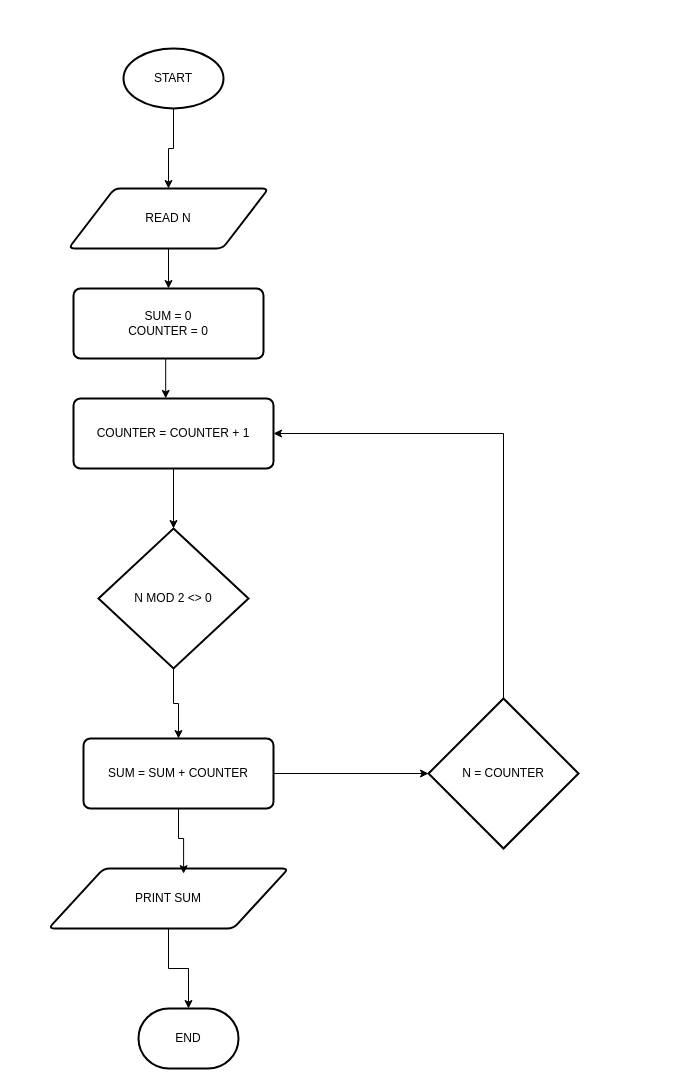
YOUSSEF5658/-Algorithms-Problem-Solving-Level-1 keeps this draw.io diagram as Problem 29.drawio. Above is the earlier version. Source tidied: cells renumbered, new cells numbered last; positions are measured from the earlier drawing's top-left corner, leaving out a move shared by most shapes. Both pictures are drawn from the tidied source at 100%, with x=0, y=0 at pixel (48, 48).
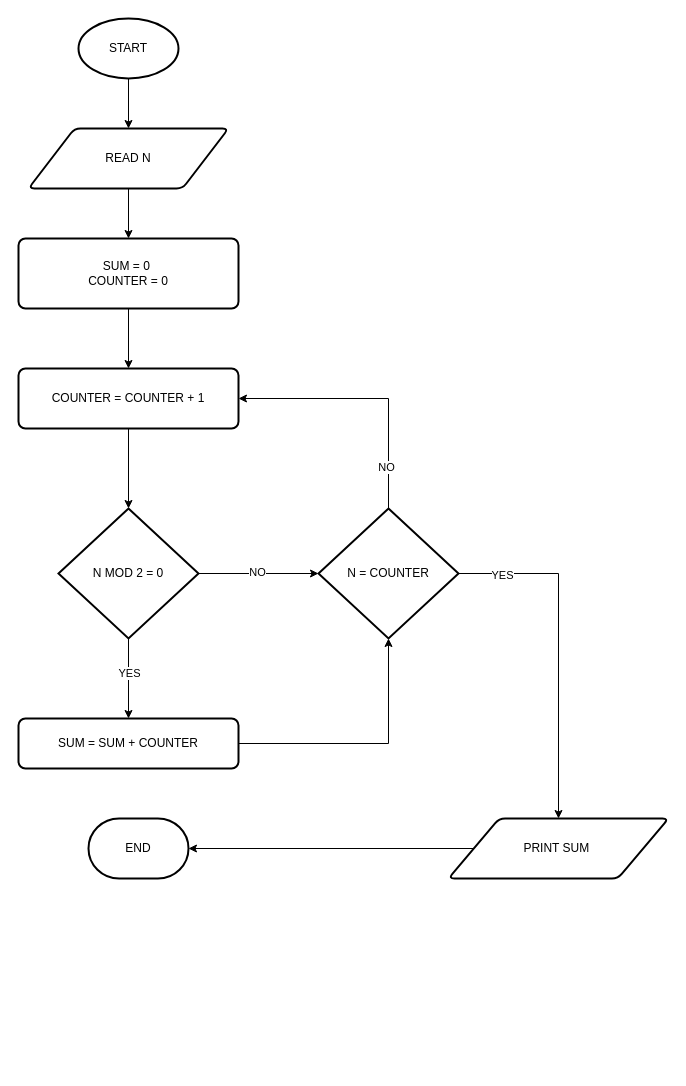
Above is the later version.

Commit message:
Problem #29 - Print Sum Even Numbers from 1 to N

The change refers to these unchanged cells:
```xml
<mxCell id="13" style="edgeStyle=orthogonalEdgeStyle;rounded=0;jettySize=auto;html=1;exitX=0.5;exitY=0;exitDx=0;exitDy=0;exitPerimeter=0;entryX=1;entryY=0.5;entryDx=0;entryDy=0;" parent="1" edge="1" source="14" target="7">
  <mxGeometry relative="1" as="geometry" />
</mxCell>
```

Change to the diagram source:
```diff
@@
     <mxCell id="3" value="START" style="strokeWidth=2;html=1;shape=mxgraph.flowchart.start_1;whiteSpace=wrap;" parent="1" vertex="1">
-      <mxGeometry x="75" width="100" height="60" as="geometry" />
+      <mxGeometry x="30" y="-30" width="100" height="60" as="geometry" />
     </mxCell>
-    <mxCell id="4" style="edgeStyle=orthogonalEdgeStyle;rounded=0;jettySize=auto;html=1;exitX=0.5;exitY=1;exitDx=0;exitDy=0;" parent="1" edge="1" source="5" target="6">
+    <mxCell id="4" style="edgeStyle=orthogonalEdgeStyle;rounded=0;jettySize=auto;html=1;exitX=0.5;exitY=1;exitDx=0;exitDy=0;entryX=0.5;entryY=0;entryDx=0;entryDy=0;" parent="1" edge="1" source="5" target="6">
       <mxGeometry relative="1" as="geometry" />
     </mxCell>
     <mxCell id="5" value="READ N" style="shape=parallelogram;html=1;strokeWidth=2;perimeter=parallelogramPerimeter;whiteSpace=wrap;rounded=1;arcSize=12;size=0.23;" parent="1" vertex="1">
-      <mxGeometry x="20" y="140" width="200" height="60" as="geometry" />
+      <mxGeometry x="-20" y="80" width="200" height="60" as="geometry" />
     </mxCell>
+    <mxCell id="10" style="edgeStyle=orthogonalEdgeStyle;rounded=0;jettySize=auto;html=1;exitX=0.5;exitY=1;exitDx=0;exitDy=0;" parent="1" edge="1" source="6" target="7">
+      <mxGeometry relative="1" as="geometry" />
+    </mxCell>
-    <mxCell id="6" value="SUM = 0&lt;div&gt;COUNTER = 0&lt;/div&gt;" style="rounded=1;whiteSpace=wrap;html=1;absoluteArcSize=1;arcSize=14;strokeWidth=2;" parent="1" vertex="1">
-      <mxGeometry x="25" y="240" width="190" height="70" as="geometry" />
+    <mxCell id="6" value="SUM = 0&amp;nbsp;&lt;div&gt;COUNTER = 0&lt;/div&gt;" style="rounded=1;whiteSpace=wrap;html=1;absoluteArcSize=1;arcSize=14;strokeWidth=2;" parent="1" vertex="1">
+      <mxGeometry x="-30" y="190" width="220" height="70" as="geometry" />
     </mxCell>
     <mxCell id="7" value="COUNTER = COUNTER + 1" style="rounded=1;whiteSpace=wrap;html=1;absoluteArcSize=1;arcSize=14;strokeWidth=2;" parent="1" vertex="1">
-      <mxGeometry x="25" y="350" width="200" height="70" as="geometry" />
+      <mxGeometry x="-30" y="320" width="220" height="60" as="geometry" />
     </mxCell>
-    <mxCell id="8" style="edgeStyle=orthogonalEdgeStyle;rounded=0;jettySize=auto;html=1;exitX=0.5;exitY=1;exitDx=0;exitDy=0;exitPerimeter=0;entryX=0.5;entryY=0;entryDx=0;entryDy=0;" parent="1" edge="1" source="9" target="12">
-      <mxGeometry relative="1" as="geometry" />
-    </mxCell>
-    <mxCell id="9" value="N MOD 2 &amp;lt;&amp;gt; 0" style="strokeWidth=2;html=1;shape=mxgraph.flowchart.decision;whiteSpace=wrap;" parent="1" vertex="1">
-      <mxGeometry x="50" y="480" width="150" height="140" as="geometry" />
-    </mxCell>
-    <mxCell id="10" style="edgeStyle=orthogonalEdgeStyle;rounded=0;jettySize=auto;html=1;exitX=0.5;exitY=1;exitDx=0;exitDy=0;entryX=0.461;entryY=-0.002;entryDx=0;entryDy=0;entryPerimeter=0;" parent="1" edge="1" source="6" target="7">
-      <mxGeometry relative="1" as="geometry" />
-    </mxCell>
-    <mxCell id="11" style="edgeStyle=orthogonalEdgeStyle;rounded=0;jettySize=auto;html=1;exitX=0.5;exitY=1;exitDx=0;exitDy=0;entryX=0.5;entryY=0;entryDx=0;entryDy=0;entryPerimeter=0;" parent="1" edge="1" source="7" target="9">
-      <mxGeometry relative="1" as="geometry" />
-    </mxCell>
+    <mxCell id="20" style="edgeStyle=orthogonalEdgeStyle;rounded=0;jettySize=auto;html=1;exitX=0.5;exitY=1;exitDx=0;exitDy=0;exitPerimeter=0;" parent="1" edge="1" source="22" target="12">
+      <mxGeometry relative="1" as="geometry" />
+    </mxCell>
+    <mxCell id="21" value="YES" style="edgeLabel;html=1;align=center;verticalAlign=middle;" parent="20" vertex="1">
+      <mxGeometry x="-0.15" relative="1" as="geometry" />
+    </mxCell>
+    <mxCell id="22" value="N MOD 2 = 0" style="strokeWidth=2;html=1;shape=mxgraph.flowchart.decision;whiteSpace=wrap;" parent="1" vertex="1">
+      <mxGeometry x="10" y="460" width="140" height="130" as="geometry" />
+    </mxCell>
     <mxCell id="12" value="SUM = SUM + COUNTER" style="rounded=1;whiteSpace=wrap;html=1;absoluteArcSize=1;arcSize=14;strokeWidth=2;" parent="1" vertex="1">
-      <mxGeometry x="35" y="690" width="190" height="70" as="geometry" />
+      <mxGeometry x="-30" y="670" width="220" height="50" as="geometry" />
     </mxCell>
+    <mxCell id="23" style="edgeStyle=orthogonalEdgeStyle;rounded=0;jettySize=auto;html=1;exitX=1;exitY=0.5;exitDx=0;exitDy=0;exitPerimeter=0;entryX=0.5;entryY=0;entryDx=0;entryDy=0;" parent="1" edge="1" source="14" target="17">
+      <mxGeometry relative="1" as="geometry" />
+    </mxCell>
+    <mxCell id="24" value="YES" style="edgeLabel;html=1;align=center;verticalAlign=middle;" parent="23" vertex="1">
+      <mxGeometry x="-0.75" y="-1" relative="1" as="geometry" />
+    </mxCell>
@@
+    <mxCell id="25" value="NO" style="edgeLabel;html=1;align=center;verticalAlign=middle;" parent="13" vertex="1">
+      <mxGeometry x="-0.68" y="3" relative="1" as="geometry" />
+    </mxCell>
     <mxCell id="14" value="N = COUNTER" style="strokeWidth=2;html=1;shape=mxgraph.flowchart.decision;whiteSpace=wrap;" parent="1" vertex="1">
-      <mxGeometry x="380" y="650" width="150" height="150" as="geometry" />
+      <mxGeometry x="270" y="460" width="140" height="130" as="geometry" />
     </mxCell>
-    <mxCell id="15" style="edgeStyle=orthogonalEdgeStyle;rounded=0;jettySize=auto;html=1;exitX=1;exitY=0.5;exitDx=0;exitDy=0;entryX=0;entryY=0.5;entryDx=0;entryDy=0;entryPerimeter=0;" parent="1" edge="1" source="12" target="14">
-      <mxGeometry relative="1" as="geometry" />
-    </mxCell>
-    <mxCell id="16" style="edgeStyle=orthogonalEdgeStyle;rounded=0;jettySize=auto;html=1;exitX=0.5;exitY=1;exitDx=0;exitDy=0;" parent="1" edge="1" source="17" target="18">
+    <mxCell id="16" style="edgeStyle=orthogonalEdgeStyle;rounded=0;jettySize=auto;html=1;exitX=0;exitY=0.5;exitDx=0;exitDy=0;" parent="1" edge="1" source="17" target="18">
       <mxGeometry relative="1" as="geometry" />
     </mxCell>
-    <mxCell id="17" value="PRINT SUM" style="shape=parallelogram;html=1;strokeWidth=2;perimeter=parallelogramPerimeter;whiteSpace=wrap;rounded=1;arcSize=12;size=0.23;" parent="1" vertex="1">
-      <mxGeometry y="820" width="240" height="60" as="geometry" />
+    <mxCell id="17" value="PRINT SUM&amp;nbsp;" style="shape=parallelogram;html=1;strokeWidth=2;perimeter=parallelogramPerimeter;whiteSpace=wrap;rounded=1;arcSize=12;size=0.23;" parent="1" vertex="1">
+      <mxGeometry x="400" y="770" width="220" height="60" as="geometry" />
     </mxCell>
     <mxCell id="18" value="END" style="strokeWidth=2;html=1;shape=mxgraph.flowchart.terminator;whiteSpace=wrap;" parent="1" vertex="1">
-      <mxGeometry x="90" y="960" width="100" height="60" as="geometry" />
+      <mxGeometry x="40" y="770" width="100" height="60" as="geometry" />
     </mxCell>
-    <mxCell id="19" style="edgeStyle=orthogonalEdgeStyle;rounded=0;jettySize=auto;html=1;exitX=0.5;exitY=1;exitDx=0;exitDy=0;entryX=0.563;entryY=0.086;entryDx=0;entryDy=0;entryPerimeter=0;" parent="1" edge="1" source="12" target="17">
-      <mxGeometry relative="1" as="geometry" />
-    </mxCell>
+    <mxCell id="26" style="edgeStyle=orthogonalEdgeStyle;rounded=0;jettySize=auto;html=1;exitX=0.5;exitY=1;exitDx=0;exitDy=0;entryX=0.5;entryY=0;entryDx=0;entryDy=0;entryPerimeter=0;" parent="1" edge="1" source="7" target="22">
+      <mxGeometry relative="1" as="geometry" />
+    </mxCell>
+    <mxCell id="27" style="edgeStyle=orthogonalEdgeStyle;rounded=0;jettySize=auto;html=1;exitX=1;exitY=0.5;exitDx=0;exitDy=0;exitPerimeter=0;entryX=0;entryY=0.5;entryDx=0;entryDy=0;entryPerimeter=0;" parent="1" edge="1" source="22" target="14">
+      <mxGeometry relative="1" as="geometry" />
+    </mxCell>
+    <mxCell id="28" value="NO" style="edgeLabel;html=1;align=center;verticalAlign=middle;" parent="27" vertex="1">
+      <mxGeometry x="-0.04" y="2" relative="1" as="geometry" />
+    </mxCell>
+    <mxCell id="15" style="edgeStyle=orthogonalEdgeStyle;rounded=0;jettySize=auto;html=1;exitX=1;exitY=0.5;exitDx=0;exitDy=0;entryX=0.5;entryY=1;entryDx=0;entryDy=0;entryPerimeter=0;" parent="1" edge="1" source="12" target="14">
+      <mxGeometry relative="1" as="geometry" />
+    </mxCell>
```
